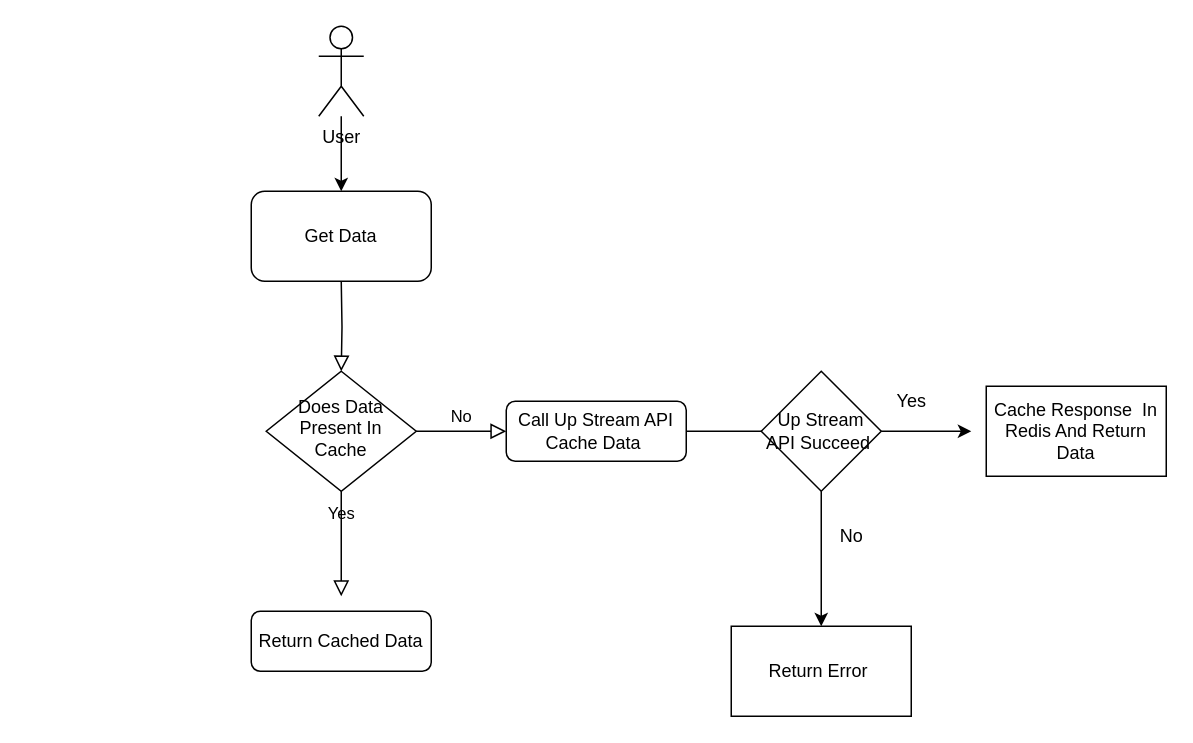
navi2589/blog-materials keeps this draw.io diagram as Caching-one.drawio. Above is the earlier version. Source tidied: cells renumbered, new cells numbered last; positions are measured from the earlier drawing's top-left corner, leaving out a move shared by most shapes. Both pictures are drawn from the tidied source at 150%, with x=0, y=0 at pixel (250, 26).
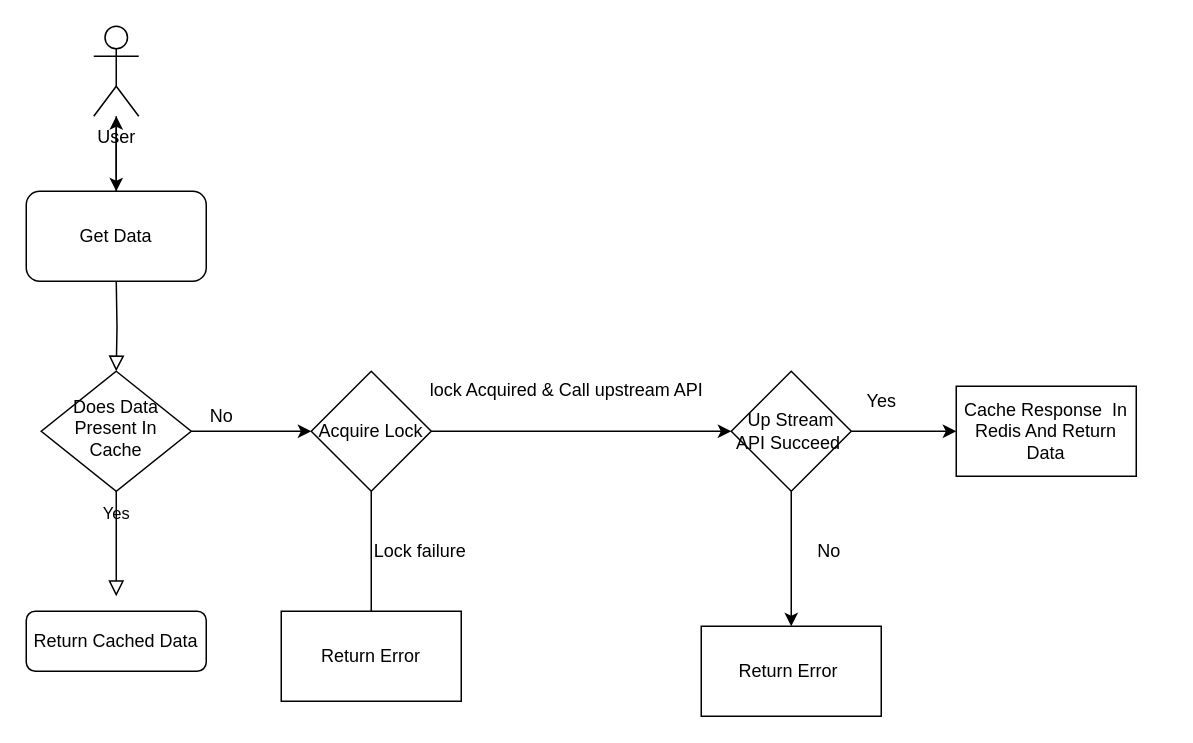
The same page after the edit.

Diff of the diagram source:
```diff
@@
     <mxCell id="2" style="rounded=0;html=1;jettySize=auto;fontSize=11;endArrow=block;endFill=0;endSize=8;strokeWidth=1;shadow=0;labelBackgroundColor=none;edgeStyle=orthogonalEdgeStyle;" parent="1" edge="1" target="5">
       <mxGeometry relative="1" as="geometry">
-        <mxPoint x="60" y="170" as="sourcePoint" />
+        <mxPoint x="-90" y="170" as="sourcePoint" />
       </mxGeometry>
     </mxCell>
     <mxCell id="3" value="Yes" style="rounded=0;html=1;jettySize=auto;fontSize=11;endArrow=block;endFill=0;endSize=8;strokeWidth=1;shadow=0;labelBackgroundColor=none;edgeStyle=orthogonalEdgeStyle;" parent="1" edge="1" source="5">
       <mxGeometry y="20" relative="1" as="geometry">
-        <mxPoint x="60" y="380" as="targetPoint" />
+        <mxPoint x="-90" y="380" as="targetPoint" />
       </mxGeometry>
     </mxCell>
-    <mxCell id="4" value="No" style="edgeStyle=orthogonalEdgeStyle;rounded=0;html=1;jettySize=auto;fontSize=11;endArrow=block;endFill=0;endSize=8;strokeWidth=1;shadow=0;labelBackgroundColor=none;" parent="1" edge="1" source="5" target="7">
-      <mxGeometry y="10" relative="1" as="geometry" />
-    </mxCell>
     <mxCell id="5" value="Does Data Present In Cache" style="rhombus;whiteSpace=wrap;html=1;shadow=0;fontFamily=Helvetica;fontSize=12;align=center;strokeWidth=1;spacing=6;spacingTop=-4;" parent="1" vertex="1">
-      <mxGeometry x="10" y="230" width="100" height="80" as="geometry" />
+      <mxGeometry x="-140" y="230" width="100" height="80" as="geometry" />
     </mxCell>
-    <mxCell id="6" style="edgeStyle=orthogonalEdgeStyle;rounded=0;jettySize=auto;html=1;" parent="1" edge="1" source="7">
+    <mxCell id="6" style="edgeStyle=orthogonalEdgeStyle;rounded=0;orthogonalLoop=1;jettySize=auto;html=1;" parent="1" edge="1">
       <mxGeometry relative="1" as="geometry">
-        <mxPoint x="370" y="270" as="targetPoint" />
+        <mxPoint x="-40" y="270" as="sourcePoint" />
+        <mxPoint x="40" y="270" as="targetPoint" />
       </mxGeometry>
     </mxCell>
-    <mxCell id="7" value="Call Up Stream API Cache Data&amp;nbsp;" style="rounded=1;whiteSpace=wrap;html=1;fontSize=12;glass=0;strokeWidth=1;shadow=0;" parent="1" vertex="1">
-      <mxGeometry x="170" y="250" width="120" height="40" as="geometry" />
-    </mxCell>
     <mxCell id="8" value="Return Cached Data" style="rounded=1;whiteSpace=wrap;html=1;fontSize=12;glass=0;strokeWidth=1;shadow=0;" parent="1" vertex="1">
-      <mxGeometry y="390" width="120" height="40" as="geometry" />
+      <mxGeometry x="-150" y="390" width="120" height="40" as="geometry" />
     </mxCell>
@@
     <mxCell id="10" value="User" style="shape=umlActor;verticalLabelPosition=bottom;verticalAlign=top;html=1;outlineConnect=0;" parent="1" vertex="1">
-      <mxGeometry x="45" width="30" height="60" as="geometry" />
+      <mxGeometry x="-105" width="30" height="60" as="geometry" />
     </mxCell>
+    <mxCell id="19" style="edgeStyle=orthogonalEdgeStyle;rounded=0;jettySize=auto;html=1;" parent="1" edge="1" source="11" target="10">
+      <mxGeometry relative="1" as="geometry" />
+    </mxCell>
     <mxCell id="11" value="Get Data" style="rounded=1;whiteSpace=wrap;html=1;" parent="1" vertex="1">
-      <mxGeometry y="110" width="120" height="60" as="geometry" />
+      <mxGeometry x="-150" y="110" width="120" height="60" as="geometry" />
     </mxCell>
@@
-    <mxCell id="13" style="edgeStyle=orthogonalEdgeStyle;rounded=0;jettySize=auto;html=1;" parent="1" edge="1" source="14">
-      <mxGeometry relative="1" as="geometry">
-        <mxPoint x="480" y="270" as="targetPoint" />
-      </mxGeometry>
-    </mxCell>
+    <mxCell id="20" style="edgeStyle=orthogonalEdgeStyle;rounded=0;jettySize=auto;html=1;" parent="1" edge="1" source="14" target="16">
+      <mxGeometry relative="1" as="geometry" />
+    </mxCell>
     <mxCell id="14" value="Up Stream API Succeed&amp;nbsp;" style="rhombus;whiteSpace=wrap;html=1;" parent="1" vertex="1">
-      <mxGeometry x="340" y="230" width="80" height="80" as="geometry" />
+      <mxGeometry x="320" y="230" width="80" height="80" as="geometry" />
     </mxCell>
     <mxCell id="15" value="Return Error&amp;nbsp;" style="whiteSpace=wrap;html=1;" parent="1" vertex="1">
-      <mxGeometry x="320" y="400" width="120" height="60" as="geometry" />
+      <mxGeometry x="300" y="400" width="120" height="60" as="geometry" />
     </mxCell>
     <mxCell id="16" value="&lt;span&gt;Cache Response&amp;nbsp; In Redis And Return Data&lt;/span&gt;" style="whiteSpace=wrap;html=1;" parent="1" vertex="1">
-      <mxGeometry x="490" y="240" width="120" height="60" as="geometry" />
+      <mxGeometry x="470" y="240" width="120" height="60" as="geometry" />
     </mxCell>
     <mxCell id="17" value="Yes" style="text;html=1;align=center;verticalAlign=middle;strokeColor=none;fillColor=none;" parent="1" vertex="1">
-      <mxGeometry x="420" y="240" width="40" height="20" as="geometry" />
+      <mxGeometry x="400" y="240" width="40" height="20" as="geometry" />
     </mxCell>
-    <mxCell id="18" value="No" style="text;html=1;align=center;verticalAlign=middle;strokeColor=none;fillColor=none;" parent="1" vertex="1">
-      <mxGeometry x="385" y="330" width="30" height="20" as="geometry" />
-    </mxCell>
+    <mxCell id="21" value="No&lt;br&gt;" style="text;html=1;align=center;verticalAlign=middle;strokeColor=none;fillColor=none;" parent="1" vertex="1">
+      <mxGeometry x="370" y="340" width="30" height="20" as="geometry" />
+    </mxCell>
+    <mxCell id="22" style="edgeStyle=orthogonalEdgeStyle;rounded=0;jettySize=auto;html=1;" parent="1" edge="1" source="24" target="14">
+      <mxGeometry relative="1" as="geometry" />
+    </mxCell>
+    <mxCell id="23" style="edgeStyle=orthogonalEdgeStyle;rounded=0;jettySize=auto;html=1;" parent="1" edge="1" source="24">
+      <mxGeometry relative="1" as="geometry">
+        <mxPoint x="80" y="400" as="targetPoint" />
+      </mxGeometry>
+    </mxCell>
+    <mxCell id="24" value="Acquire Lock" style="rhombus;whiteSpace=wrap;html=1;" parent="1" vertex="1">
+      <mxGeometry x="40" y="230" width="80" height="80" as="geometry" />
+    </mxCell>
+    <mxCell id="25" value="Return Error" style="whiteSpace=wrap;html=1;" parent="1" vertex="1">
+      <mxGeometry x="20" y="390" width="120" height="60" as="geometry" />
+    </mxCell>
+    <mxCell id="26" value="Lock failure&amp;nbsp;" style="text;html=1;align=center;verticalAlign=middle;strokeColor=none;fillColor=none;" parent="1" vertex="1">
+      <mxGeometry x="74" y="340" width="80" height="20" as="geometry" />
+    </mxCell>
+    <mxCell id="27" value="No&lt;br&gt;" style="text;html=1;align=center;verticalAlign=middle;strokeColor=none;fillColor=none;" parent="1" vertex="1">
+      <mxGeometry x="-35" y="250" width="30" height="20" as="geometry" />
+    </mxCell>
+    <mxCell id="28" value="lock Acquired &amp;amp; Call upstream API&lt;br&gt;&amp;nbsp;" style="text;html=1;align=center;verticalAlign=middle;strokeColor=none;fillColor=none;" parent="1" vertex="1">
+      <mxGeometry x="110" y="235" width="200" height="30" as="geometry" />
+    </mxCell>
```
